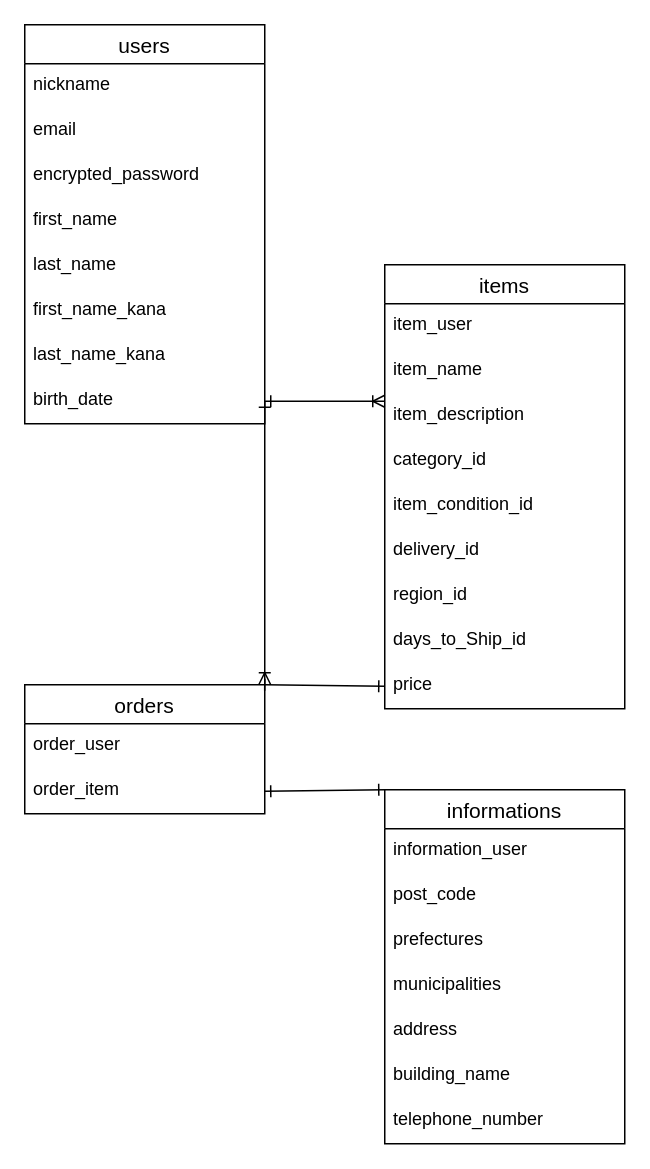
1hiromu1/furima-38909 keeps this draw.io diagram as furima.dio. Above is the earlier version. Source tidied: cells renumbered, new cells numbered last; positions are measured from the earlier drawing's top-left corner, leaving out a move shared by most shapes. Both pictures are drawn from the tidied source at 150%, with x=0, y=0 at pixel (24, 24).
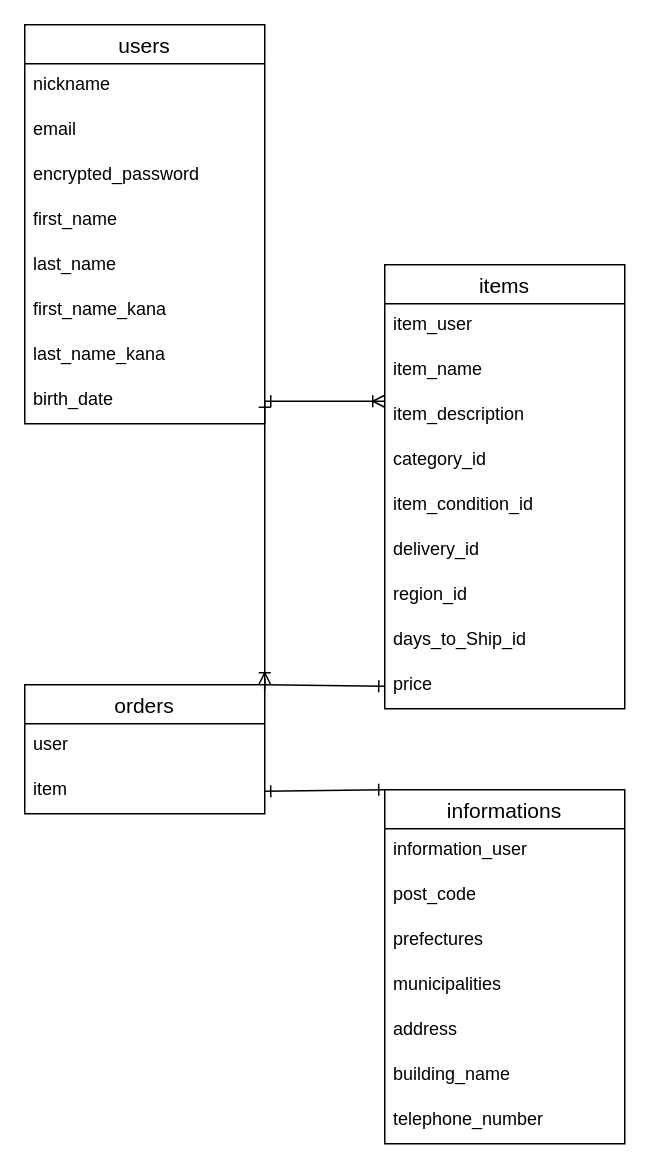
Above is the later version.

Commit message (it also covers changes not shown here):
information_userテーブルの正しいカラム型への修正

The change refers to these unchanged cells:
```xml
<mxCell id="21" value="orders" style="swimlane;fontStyle=0;horizontal=1;startSize=26;align=center;fontSize=14;" parent="1" vertex="1">
  <mxGeometry y="440" width="160" height="86" as="geometry" />
</mxCell>
```

Change to the diagram source:
```diff
@@
-    <mxCell id="22" value="order_user" style="text;strokeColor=none;fillColor=none;spacingLeft=4;spacingRight=4;overflow=hidden;fontSize=12;" parent="21" vertex="1">
+    <mxCell id="22" value="user" style="text;strokeColor=none;fillColor=none;spacingLeft=4;spacingRight=4;overflow=hidden;fontSize=12;" parent="21" vertex="1">
       <mxGeometry y="26" width="160" height="30" as="geometry" />
     </mxCell>
-    <mxCell id="23" value="order_item" style="text;strokeColor=none;fillColor=none;spacingLeft=4;spacingRight=4;overflow=hidden;points=[[0,0.5],[1,0.5]];portConstraint=eastwest;fontSize=12;" parent="21" vertex="1">
+    <mxCell id="23" value="item" style="text;strokeColor=none;fillColor=none;spacingLeft=4;spacingRight=4;overflow=hidden;points=[[0,0.5],[1,0.5]];portConstraint=eastwest;fontSize=12;" parent="21" vertex="1">
       <mxGeometry y="56" width="160" height="30" as="geometry" />
     </mxCell>
```
